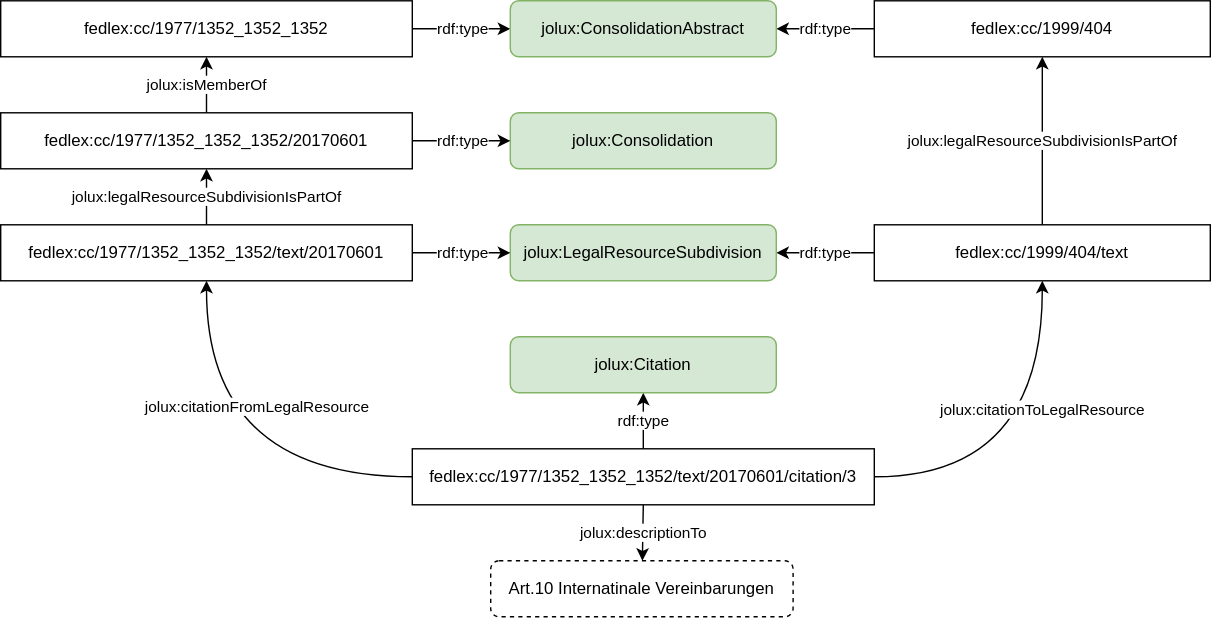
Above: content/img/citations.svg in bequrios/fedlex (draw.io), before the change. Source tidied: cells renumbered, new cells last; positions are measured from the earlier drawing's top-left corner, leaving out a move shared by most shapes.
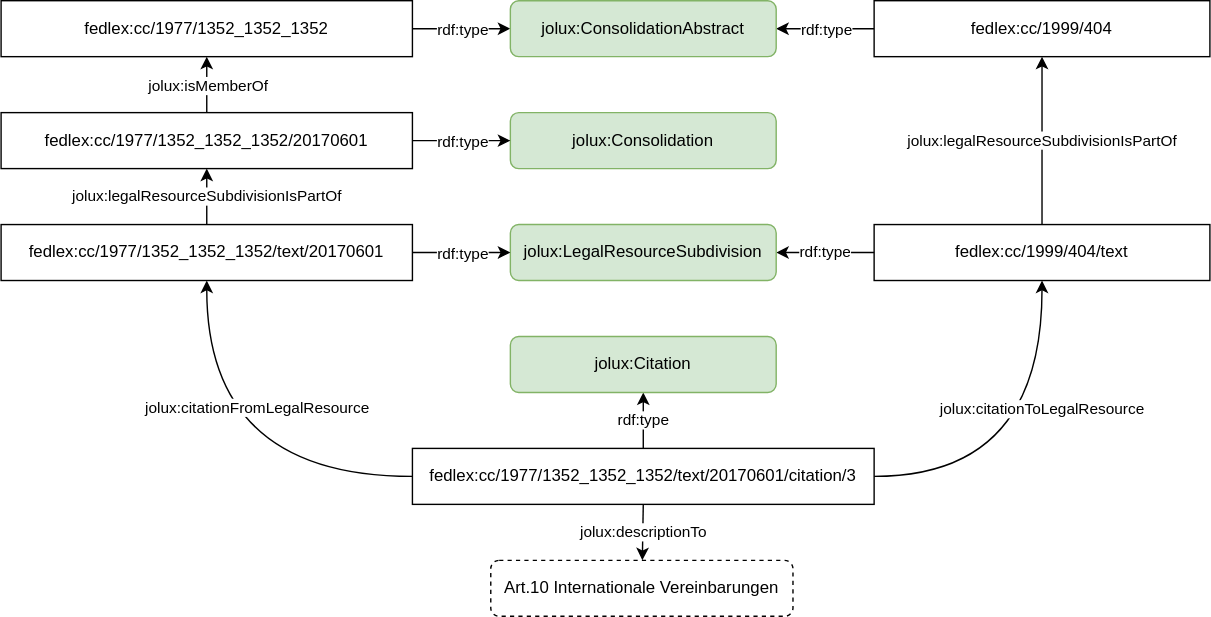
Later version of the same file.

Diff of the diagram source:
```diff
@@ -88,7 +88,7 @@
     <mxCell id="29" value="&lt;div&gt;rdf:type&lt;/div&gt;" style="edgeLabel;html=1;align=center;verticalAlign=middle;" parent="28" vertex="1">
       <mxGeometry relative="1" as="geometry" />
     </mxCell>
-    <mxCell id="30" value="&lt;span style=&quot;&quot;&gt;Art.10 Internatinale Vereinbarungen&lt;br&gt; &lt;/span&gt;" style="rounded=1;whiteSpace=wrap;html=1;dashed=1;" parent="1" vertex="1">
+    <mxCell id="30" value="&lt;span style=&quot;&quot;&gt;Art.10 Internationale Vereinbarungen&lt;br&gt; &lt;/span&gt;" style="rounded=1;whiteSpace=wrap;html=1;dashed=1;" parent="1" vertex="1">
       <mxGeometry x="350" y="400" width="216" height="40" as="geometry" />
     </mxCell>
   </root>
```
